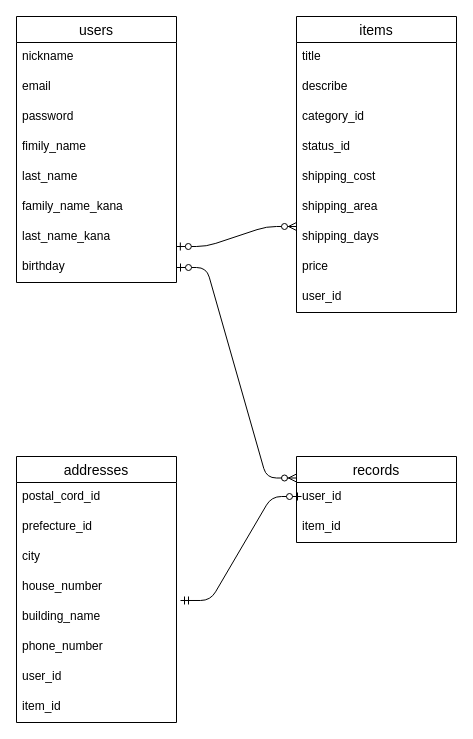
Before: er.dio in misanaka30/furima-30486, a draw.io diagram. Source tidied: cells renumbered, new cells numbered last; positions are measured from the earlier drawing's top-left corner, leaving out a move shared by most shapes. Both pictures are drawn from the tidied source at 100%, with x=0, y=0 at pixel (16, 16).
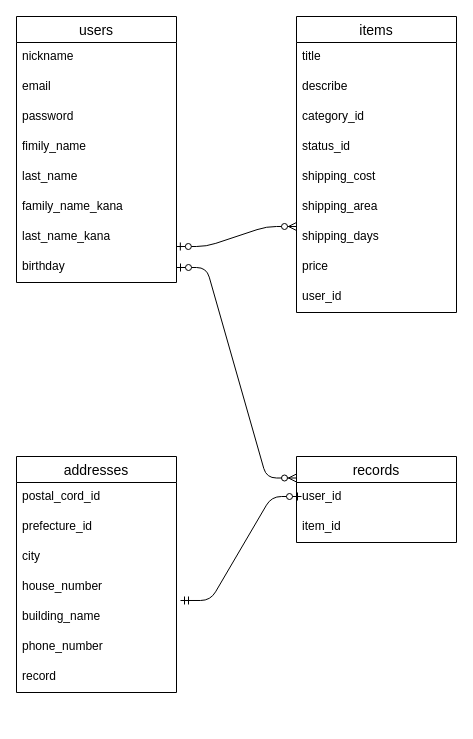
Above is the later version.

What changed in the source:
```diff
@@
     <mxCell id="21" value="addresses" style="swimlane;fontStyle=0;horizontal=1;startSize=26;align=center;fontSize=14;" parent="1" vertex="1">
-      <mxGeometry y="440" width="160" height="266" as="geometry" />
+      <mxGeometry y="440" width="160" height="236" as="geometry" />
     </mxCell>
@@
-    <mxCell id="28" value="user_id" style="text;strokeColor=none;fillColor=none;spacingLeft=4;spacingRight=4;overflow=hidden;fontSize=12;" parent="21" vertex="1">
+    <mxCell id="28" value="record" style="text;strokeColor=none;fillColor=none;spacingLeft=4;spacingRight=4;overflow=hidden;fontSize=12;" parent="21" vertex="1">
       <mxGeometry y="206" width="160" height="30" as="geometry" />
     </mxCell>
-    <mxCell id="29" value="item_id" style="text;strokeColor=none;fillColor=none;spacingLeft=4;spacingRight=4;overflow=hidden;fontSize=12;" parent="21" vertex="1">
-      <mxGeometry y="236" width="160" height="30" as="geometry" />
-    </mxCell>
```
